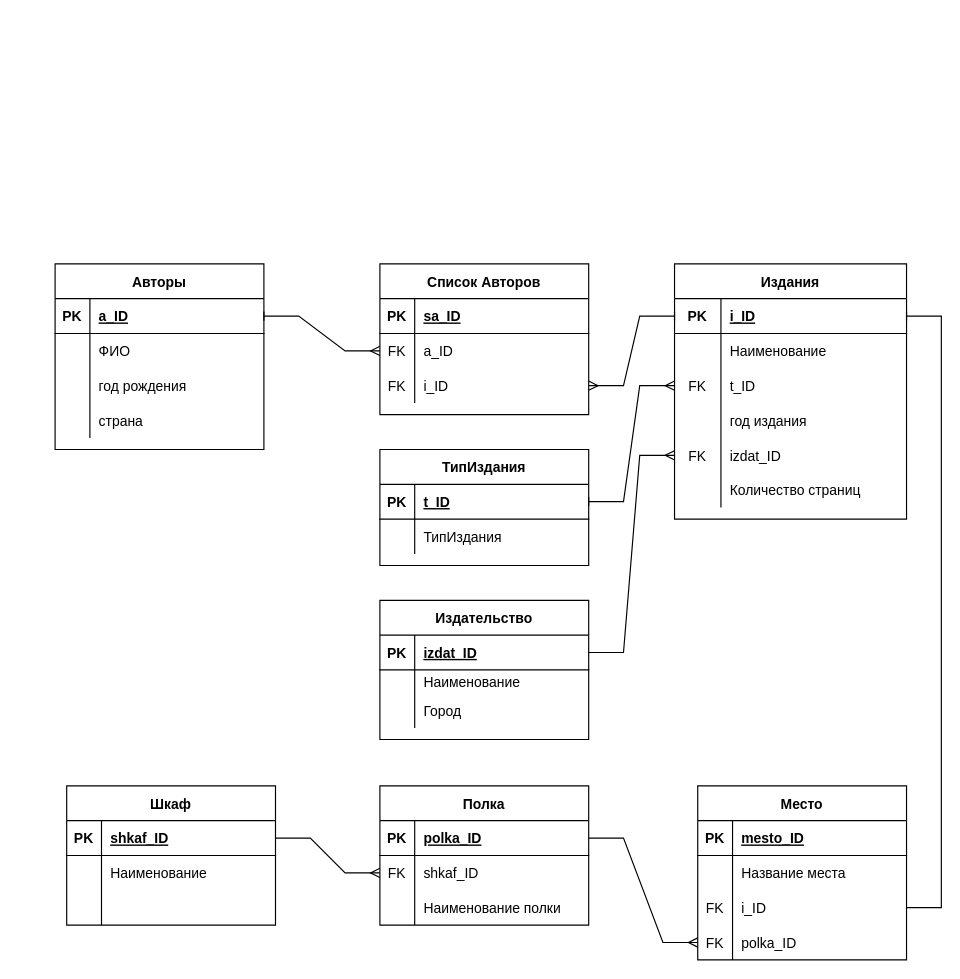
The draw.io diagram Library.drawio in CovChEGG/BD, before the edit. Source tidied: cells renumbered, new cells numbered last; positions are measured from the earlier drawing's top-left corner, leaving out a move shared by most shapes. Both pictures are drawn from the tidied source at 116%, with x=0, y=0 at pixel (55, 263).
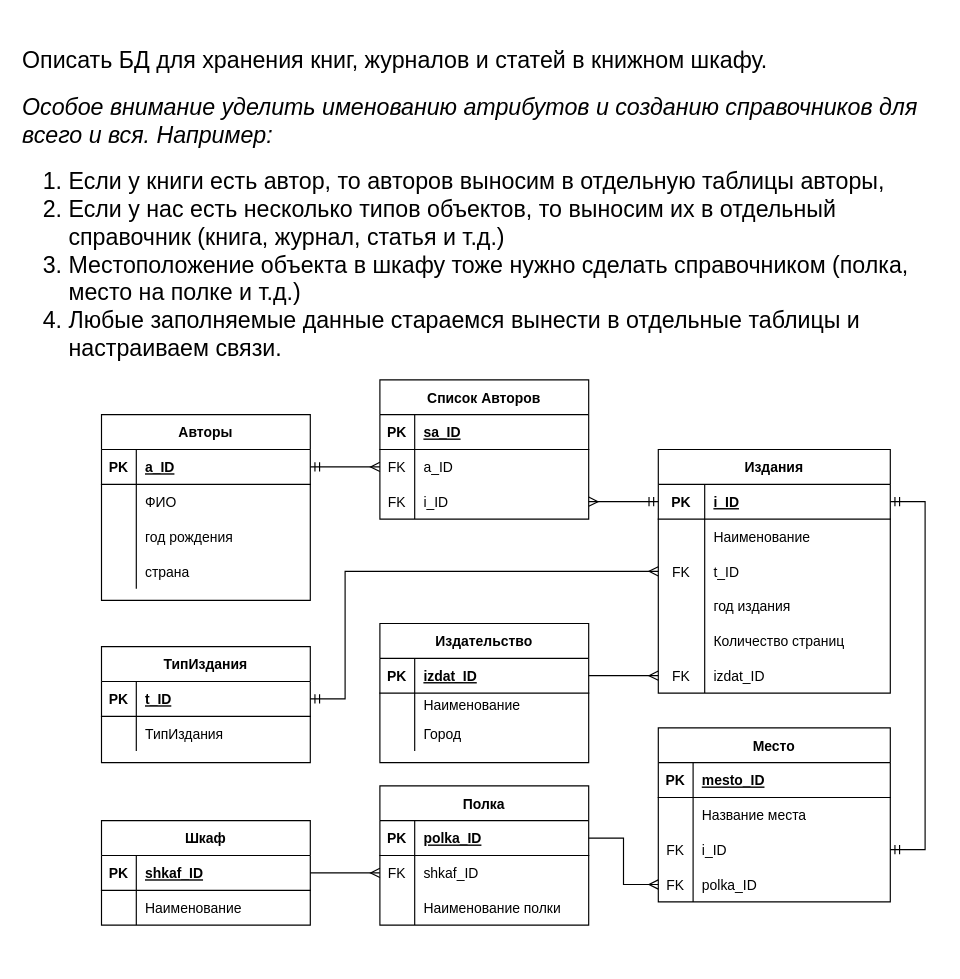
The same page after the edit.

Commit message:
added task deskription to Library.drawio

Unchanged cells that the change refers to:
```xml
<mxCell id="3" style="shape=tableRow;horizontal=0;startSize=0;swimlaneHead=0;swimlaneBody=0;fillColor=none;points=[[0,0.5],[1,0.5]];portConstraint=eastwest;top=0;left=0;right=0;bottom=1;" parent="2" vertex="1">
  <mxGeometry y="30" width="180" height="30" as="geometry" />
</mxCell>
<mxCell id="16" style="shape=tableRow;horizontal=0;startSize=0;swimlaneHead=0;swimlaneBody=0;fillColor=none;points=[[0,0.5],[1,0.5]];portConstraint=eastwest;top=0;left=0;right=0;bottom=1;" parent="15" vertex="1">
  <mxGeometry y="30" width="180" height="30" as="geometry" />
</mxCell>
<mxCell id="23" style="shape=tableRow;horizontal=0;startSize=0;swimlaneHead=0;swimlaneBody=0;fillColor=none;points=[[0,0.5],[1,0.5]];portConstraint=eastwest;top=0;left=0;right=0;bottom=1;" parent="22" vertex="1">
  <mxGeometry y="30" width="200" height="30" as="geometry" />
</mxCell>
<mxCell id="29" style="shape=tableRow;horizontal=0;startSize=0;swimlaneHead=0;swimlaneBody=0;fillColor=none;points=[[0,0.5],[1,0.5]];portConstraint=eastwest;top=0;left=0;right=0;bottom=0;" parent="22" vertex="1">
  <mxGeometry y="90" width="200" height="30" as="geometry" />
</mxCell>
<mxCell id="45" style="shape=tableRow;horizontal=0;startSize=0;swimlaneHead=0;swimlaneBody=0;fillColor=none;points=[[0,0.5],[1,0.5]];portConstraint=eastwest;top=0;left=0;right=0;bottom=0;" parent="41" vertex="1">
  <mxGeometry y="60" width="180" height="30" as="geometry" />
</mxCell>
<mxCell id="48" style="shape=tableRow;horizontal=0;startSize=0;swimlaneHead=0;swimlaneBody=0;fillColor=none;points=[[0,0.5],[1,0.5]];portConstraint=eastwest;top=0;left=0;right=0;bottom=0;" parent="41" vertex="1">
  <mxGeometry y="90" width="180" height="30" as="geometry" />
</mxCell>
```

The edit, as a diff of the source:
```diff
@@
     <mxCell id="2" value="Авторы" style="shape=table;startSize=30;childLayout=tableLayout;rowLines=0;fontStyle=1;align=center;" parent="1" vertex="1">
-      <mxGeometry width="180" height="160" as="geometry" />
+      <mxGeometry x="40" y="130" width="180" height="160" as="geometry" />
     </mxCell>
@@
     <mxCell id="15" value="ТипИздания" style="shape=table;startSize=30;childLayout=tableLayout;rowLines=0;fontStyle=1;align=center;" parent="1" vertex="1">
-      <mxGeometry x="280" y="160" width="180" height="100" as="geometry" />
+      <mxGeometry x="40" y="330" width="180" height="100" as="geometry" />
     </mxCell>
@@
     <mxCell id="22" value="Издания" style="shape=table;startSize=30;childLayout=tableLayout;rowLines=0;fontStyle=1;align=center;" parent="1" vertex="1">
-      <mxGeometry x="534" width="200" height="220" as="geometry" />
+      <mxGeometry x="520" y="160" width="200" height="210" as="geometry" />
     </mxCell>
@@
+    <mxCell id="38" style="shape=tableRow;horizontal=0;startSize=0;swimlaneHead=0;swimlaneBody=0;fillColor=none;top=0;left=0;right=0;bottom=0;" parent="22" vertex="1">
+      <mxGeometry y="150" width="200" height="30" as="geometry" />
+    </mxCell>
+    <mxCell id="39" style="shape=partialRectangle;fillColor=none;top=0;left=0;bottom=0;right=0;overflow=hidden;" parent="38" vertex="1">
+      <mxGeometry width="40" height="30" as="geometry" />
+    </mxCell>
+    <mxCell id="40" value="Количество страниц" style="shape=partialRectangle;fillColor=none;top=0;left=0;bottom=0;right=0;align=left;spacingLeft=6;overflow=hidden;" parent="38" vertex="1">
+      <mxGeometry x="40" width="160" height="30" as="geometry" />
+    </mxCell>
     <mxCell id="35" style="shape=tableRow;horizontal=0;startSize=0;swimlaneHead=0;swimlaneBody=0;fillColor=none;points=[[0,0.5],[1,0.5]];portConstraint=eastwest;top=0;left=0;right=0;bottom=0;" parent="22" vertex="1">
-      <mxGeometry y="150" width="200" height="30" as="geometry" />
+      <mxGeometry y="180" width="200" height="30" as="geometry" />
     </mxCell>
@@
-    <mxCell id="38" style="shape=tableRow;horizontal=0;startSize=0;swimlaneHead=0;swimlaneBody=0;fillColor=none;top=0;left=0;right=0;bottom=0;" parent="22" vertex="1">
-      <mxGeometry y="180" width="200" height="30" as="geometry" />
-    </mxCell>
-    <mxCell id="39" style="shape=partialRectangle;fillColor=none;top=0;left=0;bottom=0;right=0;overflow=hidden;" parent="38" vertex="1">
-      <mxGeometry width="40" height="30" as="geometry" />
-    </mxCell>
-    <mxCell id="40" value="Количество страниц" style="shape=partialRectangle;fillColor=none;top=0;left=0;bottom=0;right=0;align=left;spacingLeft=6;overflow=hidden;" parent="38" vertex="1">
-      <mxGeometry x="40" width="160" height="30" as="geometry" />
-    </mxCell>
     <mxCell id="41" value="Список Авторов" style="shape=table;startSize=30;childLayout=tableLayout;rowLines=0;fontStyle=1;align=center;" parent="1" vertex="1">
-      <mxGeometry x="280" width="180" height="130" as="geometry" />
+      <mxGeometry x="280" y="100" width="180" height="120" as="geometry" />
     </mxCell>
@@
     <mxCell id="51" value="Издательство" style="shape=table;startSize=30;childLayout=tableLayout;rowLines=0;fontStyle=1;align=center;" parent="1" vertex="1">
-      <mxGeometry x="280" y="290" width="180" height="120" as="geometry" />
+      <mxGeometry x="280" y="310" width="180" height="120" as="geometry" />
     </mxCell>
@@
-    <mxCell id="61" style="edgeStyle=entityRelationEdgeStyle;fontSize=12;html=1;endArrow=baseDash;rounded=0;entryX=1;entryY=0.5;entryDx=0;entryDy=0;exitX=0;exitY=0.5;exitDx=0;exitDy=0;endFill=0;startArrow=ERmany;startFill=0;" parent="1" edge="1" source="45" target="3">
-      <mxGeometry relative="1" as="geometry" />
-    </mxCell>
-    <mxCell id="62" style="edgeStyle=entityRelationEdgeStyle;fontSize=12;html=1;endArrow=baseDash;rounded=0;entryX=0;entryY=0.5;entryDx=0;entryDy=0;exitX=1;exitY=0.5;exitDx=0;exitDy=0;endFill=0;startArrow=ERmany;startFill=0;" parent="1" edge="1" source="48" target="23">
+    <mxCell id="62" style="edgeStyle=entityRelationEdgeStyle;fontSize=12;html=1;endArrow=ERmandOne;rounded=0;entryX=0;entryY=0.5;entryDx=0;entryDy=0;exitX=1;exitY=0.5;exitDx=0;exitDy=0;endFill=0;startArrow=ERmany;startFill=0;" parent="1" edge="1" source="48" target="23">
       <mxGeometry relative="1" as="geometry" />
     </mxCell>
-    <mxCell id="63" style="edgeStyle=entityRelationEdgeStyle;fontSize=12;html=1;endArrow=ERmany;rounded=0;exitX=1;exitY=0.5;exitDx=0;exitDy=0;entryX=0;entryY=0.5;entryDx=0;entryDy=0;endFill=0;startArrow=baseDash;startFill=0;" parent="1" edge="1" source="16" target="29">
-      <mxGeometry relative="1" as="geometry" />
-    </mxCell>
@@
     <mxCell id="65" value="Шкаф" style="shape=table;startSize=30;childLayout=tableLayout;rowLines=0;fontStyle=1;align=center;" parent="1" vertex="1">
-      <mxGeometry x="10" y="450" width="180" height="120" as="geometry" />
+      <mxGeometry x="40" y="480" width="180" height="90" as="geometry" />
     </mxCell>
@@
-    <mxCell id="72" style="shape=tableRow;horizontal=0;startSize=0;swimlaneHead=0;swimlaneBody=0;fillColor=none;top=0;left=0;right=0;bottom=0;" parent="65" vertex="1">
-      <mxGeometry y="90" width="180" height="30" as="geometry" />
-    </mxCell>
-    <mxCell id="73" style="shape=partialRectangle;fillColor=none;top=0;left=0;bottom=0;right=0;fontStyle=0;overflow=hidden;" parent="72" vertex="1">
-      <mxGeometry width="30" height="30" as="geometry" />
-    </mxCell>
-    <mxCell id="74" style="shape=partialRectangle;fillColor=none;top=0;left=0;bottom=0;right=0;align=left;spacingLeft=6;fontStyle=0;overflow=hidden;" parent="72" vertex="1">
-      <mxGeometry x="30" width="150" height="30" as="geometry" />
-    </mxCell>
@@
     <mxCell id="85" value="Место" style="shape=table;startSize=30;childLayout=tableLayout;rowLines=0;fontStyle=1;align=center;" parent="1" vertex="1">
-      <mxGeometry x="554" y="450" width="180" height="150" as="geometry" />
+      <mxGeometry x="520" y="400" width="200" height="150" as="geometry" />
     </mxCell>
     <mxCell id="86" style="shape=tableRow;horizontal=0;startSize=0;swimlaneHead=0;swimlaneBody=0;fillColor=none;top=0;left=0;right=0;bottom=1;" parent="85" vertex="1">
-      <mxGeometry y="30" width="180" height="30" as="geometry" />
+      <mxGeometry y="30" width="200" height="30" as="geometry" />
     </mxCell>
@@
     <mxCell id="88" value="mesto_ID" style="shape=partialRectangle;fillColor=none;top=0;left=0;bottom=0;right=0;align=left;spacingLeft=6;fontStyle=5;overflow=hidden;" parent="86" vertex="1">
-      <mxGeometry x="30" width="150" height="30" as="geometry" />
+      <mxGeometry x="30" width="170" height="30" as="geometry" />
     </mxCell>
     <mxCell id="89" style="shape=tableRow;horizontal=0;startSize=0;swimlaneHead=0;swimlaneBody=0;fillColor=none;top=0;left=0;right=0;bottom=0;" parent="85" vertex="1">
-      <mxGeometry y="60" width="180" height="30" as="geometry" />
+      <mxGeometry y="60" width="200" height="30" as="geometry" />
     </mxCell>
@@
     <mxCell id="91" value="Название места" style="shape=partialRectangle;fillColor=none;top=0;left=0;bottom=0;right=0;align=left;spacingLeft=6;overflow=hidden;" parent="89" vertex="1">
-      <mxGeometry x="30" width="150" height="30" as="geometry" />
+      <mxGeometry x="30" width="170" height="30" as="geometry" />
     </mxCell>
     <mxCell id="92" style="shape=tableRow;horizontal=0;startSize=0;swimlaneHead=0;swimlaneBody=0;fillColor=none;points=[[0,0.5],[1,0.5]];portConstraint=eastwest;top=0;left=0;right=0;bottom=0;" parent="85" vertex="1">
-      <mxGeometry y="90" width="180" height="30" as="geometry" />
+      <mxGeometry y="90" width="200" height="30" as="geometry" />
     </mxCell>
@@
     <mxCell id="94" value="i_ID" style="shape=partialRectangle;fillColor=none;top=0;left=0;bottom=0;right=0;align=left;spacingLeft=6;fontStyle=0;overflow=hidden;" parent="92" vertex="1">
-      <mxGeometry x="30" width="150" height="30" as="geometry" />
+      <mxGeometry x="30" width="170" height="30" as="geometry" />
     </mxCell>
     <mxCell id="95" style="shape=tableRow;horizontal=0;startSize=0;swimlaneHead=0;swimlaneBody=0;fillColor=none;points=[[0,0.5],[1,0.5]];portConstraint=eastwest;top=0;left=0;right=0;bottom=0;" parent="85" vertex="1">
-      <mxGeometry y="120" width="180" height="30" as="geometry" />
+      <mxGeometry y="120" width="200" height="30" as="geometry" />
     </mxCell>
@@
     <mxCell id="97" value="polka_ID" style="shape=partialRectangle;fillColor=none;top=0;left=0;bottom=0;right=0;align=left;spacingLeft=6;fontStyle=0;overflow=hidden;" parent="95" vertex="1">
-      <mxGeometry x="30" width="150" height="30" as="geometry" />
+      <mxGeometry x="30" width="170" height="30" as="geometry" />
     </mxCell>
-    <mxCell id="98" style="edgeStyle=entityRelationEdgeStyle;fontSize=12;html=1;endArrow=baseDash;rounded=0;entryX=1;entryY=0.5;entryDx=0;entryDy=0;exitX=1;exitY=0.5;exitDx=0;exitDy=0;endFill=0;" parent="1" edge="1" source="92" target="23">
-      <mxGeometry relative="1" as="geometry" />
-    </mxCell>
@@
+    <mxCell id="101" style="edgeStyle=orthogonalEdgeStyle;rounded=0;jettySize=auto;html=1;exitX=1;exitY=0.5;exitDx=0;exitDy=0;entryX=1;entryY=0.5;entryDx=0;entryDy=0;startArrow=ERmandOne;startFill=0;endArrow=ERmandOne;endFill=0;" parent="1" edge="1" source="23" target="92">
+      <mxGeometry relative="1" as="geometry">
+        <Array as="points">
+          <mxPoint x="750" y="205" />
+          <mxPoint x="750" y="505" />
+        </Array>
+      </mxGeometry>
+    </mxCell>
+    <mxCell id="102" style="edgeStyle=orthogonalEdgeStyle;rounded=0;jettySize=auto;html=1;exitX=1;exitY=0.5;exitDx=0;exitDy=0;entryX=0;entryY=0.5;entryDx=0;entryDy=0;startArrow=ERmandOne;startFill=0;endArrow=ERmany;endFill=0;" parent="1" edge="1" source="3" target="45">
+      <mxGeometry relative="1" as="geometry" />
+    </mxCell>
+    <mxCell id="63" style="edgeStyle=orthogonalEdgeStyle;rounded=0;jettySize=auto;html=1;exitX=1;exitY=0.5;exitDx=0;exitDy=0;entryX=0;entryY=0.5;entryDx=0;entryDy=0;startArrow=ERmandOne;startFill=0;endArrow=ERmany;endFill=0;" parent="1" edge="1" source="16" target="29">
+      <mxGeometry relative="1" as="geometry">
+        <Array as="points">
+          <mxPoint x="250" y="375" />
+          <mxPoint x="250" y="265" />
+        </Array>
+      </mxGeometry>
+    </mxCell>
+    <mxCell id="103" value="&lt;p dir=&quot;ltr&quot; style=&quot;line-height: 1.2 ; margin-top: 12pt ; margin-bottom: 12pt&quot; id=&quot;docs-internal-guid-6150c91b-7fff-c003-54f8-6dc57781d13f&quot;&gt;&lt;span style=&quot;font-size: 15pt; font-family: &amp;quot;ibm plex sans&amp;quot;, sans-serif; color: rgb(0, 0, 0); background-color: transparent; font-weight: 400; font-style: normal; font-variant: normal; text-decoration: none; vertical-align: baseline;&quot;&gt;Описать БД для хранения книг, журналов и статей в книжном шкафу.&lt;/span&gt;&lt;/p&gt;&lt;p dir=&quot;ltr&quot; style=&quot;line-height: 1.2 ; margin-top: 12pt ; margin-bottom: 12pt&quot;&gt;&lt;span style=&quot;font-size: 15pt; font-family: &amp;quot;ibm plex sans&amp;quot;, sans-serif; color: rgb(0, 0, 0); background-color: transparent; font-weight: 400; font-style: italic; font-variant: normal; text-decoration: none; vertical-align: baseline;&quot;&gt;Особое внимание уделить именованию атрибутов и созданию справочников для всего и вся. Например:&lt;/span&gt;&lt;/p&gt;&lt;ol style=&quot;margin-top: 0 ; margin-bottom: 0&quot;&gt;&lt;li dir=&quot;ltr&quot; style=&quot;list-style-type: decimal; font-size: 15pt; font-family: &amp;quot;ibm plex sans&amp;quot;, sans-serif; color: rgb(0, 0, 0); background-color: transparent; font-weight: 400; font-style: normal; font-variant: normal; text-decoration: none; vertical-align: baseline;&quot;&gt;&lt;p dir=&quot;ltr&quot; style=&quot;line-height: 1.2 ; margin-top: 12pt ; margin-bottom: 0pt&quot;&gt;&lt;span style=&quot;font-size: 15pt; font-family: &amp;quot;ibm plex sans&amp;quot;, sans-serif; color: rgb(0, 0, 0); background-color: transparent; font-weight: 400; font-style: normal; font-variant: normal; text-decoration: none; vertical-align: baseline;&quot;&gt;Если у книги есть автор, то авторов выносим в отдельную таблицы авторы,&lt;/span&gt;&lt;/p&gt;&lt;/li&gt;&lt;li dir=&quot;ltr&quot; style=&quot;list-style-type: decimal; font-size: 15pt; font-family: &amp;quot;ibm plex sans&amp;quot;, sans-serif; color: rgb(0, 0, 0); background-color: transparent; font-weight: 400; font-style: normal; font-variant: normal; text-decoration: none; vertical-align: baseline;&quot;&gt;&lt;p dir=&quot;ltr&quot; style=&quot;line-height: 1.2 ; margin-top: 0pt ; margin-bottom: 0pt&quot;&gt;&lt;span style=&quot;font-size: 15pt; font-family: &amp;quot;ibm plex sans&amp;quot;, sans-serif; color: rgb(0, 0, 0); background-color: transparent; font-weight: 400; font-style: normal; font-variant: normal; text-decoration: none; vertical-align: baseline;&quot;&gt;Если у нас есть несколько типов объектов, то выносим их в отдельный справочник (книга, журнал, статья и т.д.)&lt;/span&gt;&lt;/p&gt;&lt;/li&gt;&lt;li dir=&quot;ltr&quot; style=&quot;list-style-type: decimal; font-size: 15pt; font-family: &amp;quot;ibm plex sans&amp;quot;, sans-serif; color: rgb(0, 0, 0); background-color: transparent; font-weight: 400; font-style: normal; font-variant: normal; text-decoration: none; vertical-align: baseline;&quot;&gt;&lt;p dir=&quot;ltr&quot; style=&quot;line-height: 1.2 ; margin-top: 0pt ; margin-bottom: 0pt&quot;&gt;&lt;span style=&quot;font-size: 15pt; font-family: &amp;quot;ibm plex sans&amp;quot;, sans-serif; color: rgb(0, 0, 0); background-color: transparent; font-weight: 400; font-style: normal; font-variant: normal; text-decoration: none; vertical-align: baseline;&quot;&gt;Местоположение объекта в шкафу тоже нужно сделать справочником (полка, место на полке и т.д.)&lt;/span&gt;&lt;/p&gt;&lt;/li&gt;&lt;li dir=&quot;ltr&quot; style=&quot;list-style-type: decimal; font-size: 15pt; font-family: &amp;quot;ibm plex sans&amp;quot;, sans-serif; color: rgb(0, 0, 0); background-color: transparent; font-weight: 400; font-style: normal; font-variant: normal; text-decoration: none; vertical-align: baseline;&quot;&gt;&lt;p dir=&quot;ltr&quot; style=&quot;line-height: 1.2 ; margin-top: 0pt ; margin-bottom: 12pt&quot;&gt;&lt;span style=&quot;font-size: 15pt; font-family: &amp;quot;ibm plex sans&amp;quot;, sans-serif; color: rgb(0, 0, 0); background-color: transparent; font-weight: 400; font-style: normal; font-variant: normal; text-decoration: none; vertical-align: baseline;&quot;&gt;Любые заполняемые данные стараемся вынести в отдельные таблицы и настраиваем связи.&lt;/span&gt;&lt;/p&gt;&lt;/li&gt;&lt;/ol&gt;" style="text;whiteSpace=wrap;html=1;" parent="1" vertex="1">
+      <mxGeometry x="-30" y="-210" width="790" height="300" as="geometry" />
+    </mxCell>
```
